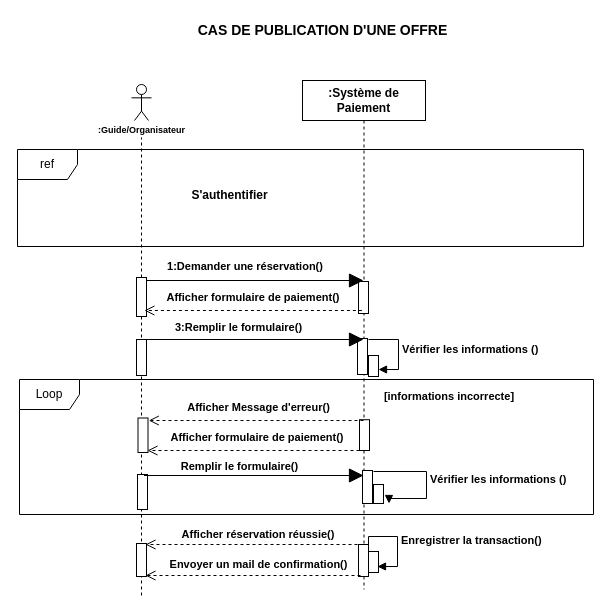
Above: seqpaie.drawio in louis-fresnel99/TpGasaL1 (draw.io), before the change. Source tidied: cells renumbered, new cells numbered last; positions are measured from the earlier drawing's top-left corner, leaving out a move shared by most shapes. Both pictures are drawn from the tidied source at 100%, with x=0, y=0 at pixel (17, 17).
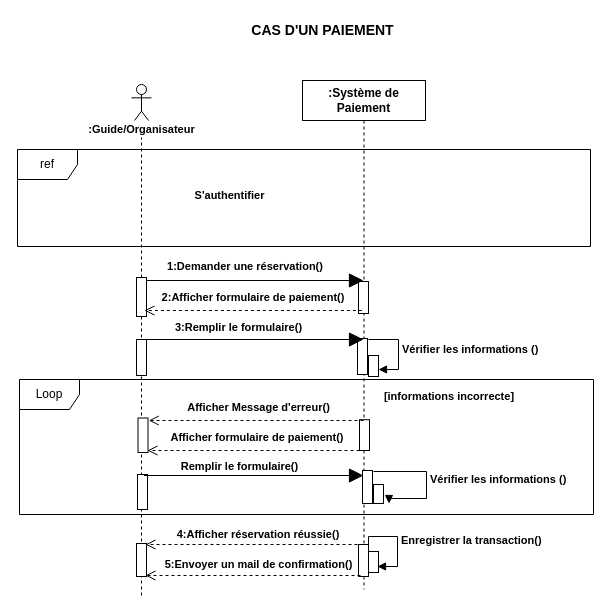
After the change.

Commit message (it also covers changes not shown here):
Mettre à jour seqpaie.drawio

Diff of the diagram source:
```diff
@@
-    <mxCell id="16" value="&lt;font style=&quot;color: light-dark(rgb(0, 0, 0), rgb(0, 0, 0)); font-size: 11px;&quot;&gt;&lt;b style=&quot;&quot;&gt;Afficher réservation réussie()&lt;/b&gt;&lt;/font&gt;" style="text;html=1;align=center;verticalAlign=middle;whiteSpace=wrap;rounded=0;" parent="1" vertex="1">
+    <mxCell id="16" value="&lt;font style=&quot;color: light-dark(rgb(0, 0, 0), rgb(0, 0, 0)); font-size: 11px;&quot;&gt;&lt;b style=&quot;&quot;&gt;4:Afficher réservation réussie()&lt;/b&gt;&lt;/font&gt;" style="text;html=1;align=center;verticalAlign=middle;whiteSpace=wrap;rounded=0;" parent="1" vertex="1">
       <mxGeometry x="152.4" y="508" width="178" height="17" as="geometry" />
     </mxCell>
@@
-    <mxCell id="18" value="&lt;font style=&quot;font-size: 9px;&quot;&gt;&lt;b&gt;:Guide/Organisateur&lt;/b&gt;&lt;/font&gt;" style="text;html=1;align=center;verticalAlign=middle;whiteSpace=wrap;rounded=0;fillColor=#FFFFFF;" parent="1" vertex="1">
+    <mxCell id="18" value="&lt;font style=&quot;font-size: 11px;&quot;&gt;&lt;b style=&quot;&quot;&gt;:Guide/Organisateur&lt;/b&gt;&lt;/font&gt;" style="text;html=1;align=center;verticalAlign=middle;whiteSpace=wrap;rounded=0;fillColor=#FFFFFF;" parent="1" vertex="1">
       <mxGeometry x="94" y="103" width="61" height="17" as="geometry" />
     </mxCell>
@@
-    <mxCell id="21" value="S'authentifier" style="text;align=center;fontStyle=1;verticalAlign=middle;spacingLeft=3;spacingRight=3;strokeColor=none;html=1;" parent="1" vertex="1">
+    <mxCell id="21" value="&lt;font style=&quot;font-size: 11px;&quot;&gt;S'authentifier&lt;/font&gt;" style="text;align=center;fontStyle=1;verticalAlign=middle;spacingLeft=3;spacingRight=3;strokeColor=none;html=1;" parent="1" vertex="1">
       <mxGeometry x="172" y="165" width="80" height="26" as="geometry" />
     </mxCell>
@@
-    <mxCell id="24" value="&lt;font style=&quot;font-size: 11px;&quot;&gt;&lt;b style=&quot;&quot;&gt;Afficher formulaire de paiement()&lt;/b&gt;&lt;/font&gt;" style="text;html=1;align=center;verticalAlign=middle;whiteSpace=wrap;rounded=0;" parent="1" vertex="1">
+    <mxCell id="24" value="&lt;font style=&quot;font-size: 11px;&quot;&gt;&lt;b style=&quot;&quot;&gt;2:Afficher formulaire de paiement()&lt;/b&gt;&lt;/font&gt;" style="text;html=1;align=center;verticalAlign=middle;whiteSpace=wrap;rounded=0;" parent="1" vertex="1">
       <mxGeometry x="142.4" y="269" width="188" height="22" as="geometry" />
     </mxCell>
     <mxCell id="25" value="ref" style="shape=umlFrame;whiteSpace=wrap;html=1;fillColor=#FFFFFF;fillStyle=auto;" parent="1" vertex="1">
-      <mxGeometry y="132" width="566" height="97" as="geometry" />
+      <mxGeometry y="132" width="573" height="97" as="geometry" />
     </mxCell>
-    <mxCell id="26" value="&lt;font style=&quot;font-size: 14px;&quot;&gt;CAS DE PUBLICATION D'UNE OFFRE&lt;/font&gt;" style="text;align=center;fontStyle=1;verticalAlign=middle;spacingLeft=3;spacingRight=3;strokeColor=none;html=1;" parent="1" vertex="1">
+    <mxCell id="26" value="&lt;font style=&quot;font-size: 14px;&quot;&gt;CAS D'UN PAIEMENT&lt;/font&gt;" style="text;align=center;fontStyle=1;verticalAlign=middle;spacingLeft=3;spacingRight=3;strokeColor=none;html=1;" parent="1" vertex="1">
       <mxGeometry x="265" width="80" height="26" as="geometry" />
     </mxCell>
@@
-    <mxCell id="41" value="&lt;font style=&quot;color: light-dark(rgb(0, 0, 0), rgb(0, 0, 0)); font-size: 11px;&quot;&gt;&lt;b style=&quot;&quot;&gt;Envoyer un mail de confirmation()&lt;/b&gt;&lt;/font&gt;" style="text;html=1;align=center;verticalAlign=middle;whiteSpace=wrap;rounded=0;" parent="1" vertex="1">
+    <mxCell id="41" value="&lt;font style=&quot;color: light-dark(rgb(0, 0, 0), rgb(0, 0, 0)); font-size: 11px;&quot;&gt;&lt;b style=&quot;&quot;&gt;5:Envoyer un mail de confirmation()&lt;/b&gt;&lt;/font&gt;" style="text;html=1;align=center;verticalAlign=middle;whiteSpace=wrap;rounded=0;" parent="1" vertex="1">
       <mxGeometry x="143.8" y="538" width="195.1" height="17" as="geometry" />
     </mxCell>
```
